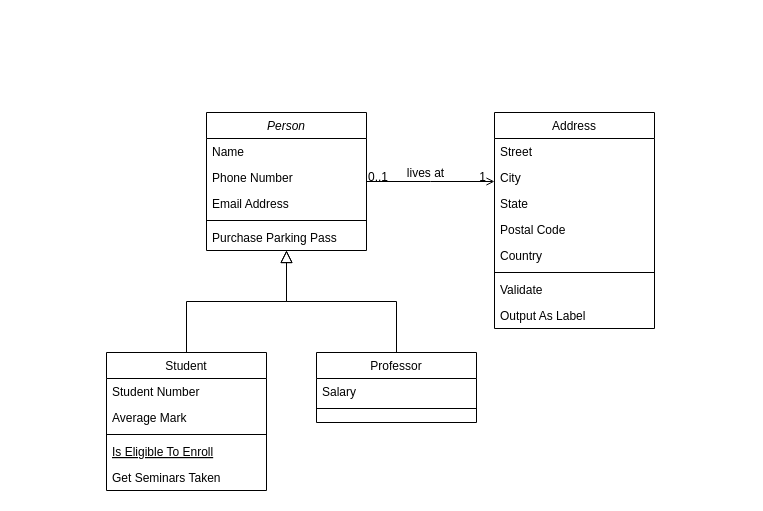
SamuelAnto22/SIMULACION keeps this draw.io diagram as Diagrama sin título.drawio. Above is the earlier version. Source tidied: cells renumbered, new cells numbered last; positions are measured from the earlier drawing's top-left corner, leaving out a move shared by most shapes. Both pictures are drawn from the tidied source at 100%, with x=0, y=0 at pixel (106, 112).
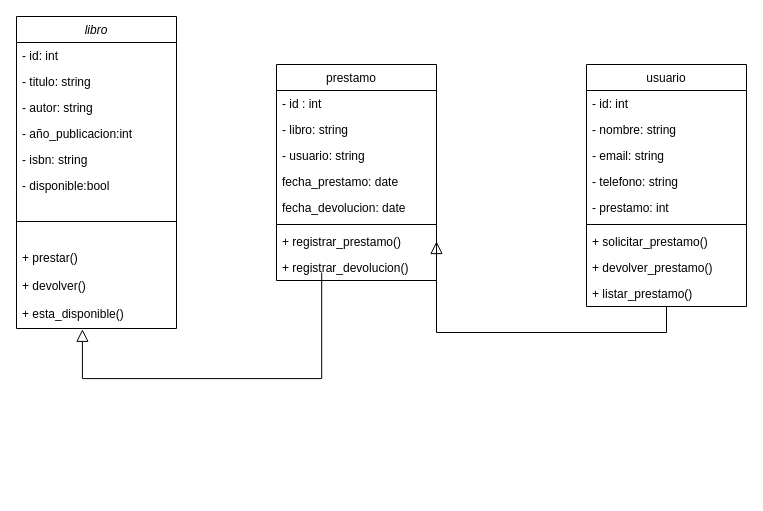
After the change.

Diff of the diagram source:
```diff
@@
-    <mxCell id="2" value="Person" style="swimlane;fontStyle=2;align=center;verticalAlign=top;horizontal=1;startSize=26;rounded=0;shadow=0;strokeWidth=1;" parent="1" vertex="1">
-      <mxGeometry x="100" width="160" height="138" as="geometry" />
+    <mxCell id="2" value="libro" style="swimlane;fontStyle=2;align=center;verticalAlign=top;horizontal=1;startSize=26;rounded=0;shadow=0;strokeWidth=1;" parent="1" vertex="1">
+      <mxGeometry x="-90" y="-96" width="160" height="312" as="geometry" />
     </mxCell>
-    <mxCell id="3" value="Name" style="text;align=left;verticalAlign=top;spacingLeft=4;spacingRight=4;overflow=hidden;" parent="2" vertex="1">
+    <mxCell id="3" value="- id: int" style="text;align=left;verticalAlign=top;spacingLeft=4;spacingRight=4;overflow=hidden;" parent="2" vertex="1">
       <mxGeometry y="26" width="160" height="26" as="geometry" />
     </mxCell>
-    <mxCell id="4" value="Phone Number" style="text;align=left;verticalAlign=top;spacingLeft=4;spacingRight=4;overflow=hidden;rounded=0;shadow=0;html=0;" parent="2" vertex="1">
+    <mxCell id="4" value="- titulo: string" style="text;align=left;verticalAlign=top;spacingLeft=4;spacingRight=4;overflow=hidden;rounded=0;shadow=0;html=0;" parent="2" vertex="1">
       <mxGeometry y="52" width="160" height="26" as="geometry" />
     </mxCell>
-    <mxCell id="5" value="Email Address" style="text;align=left;verticalAlign=top;spacingLeft=4;spacingRight=4;overflow=hidden;rounded=0;shadow=0;html=0;" parent="2" vertex="1">
+    <mxCell id="5" value="- autor: string" style="text;align=left;verticalAlign=top;spacingLeft=4;spacingRight=4;overflow=hidden;rounded=0;shadow=0;html=0;" parent="2" vertex="1">
       <mxGeometry y="78" width="160" height="26" as="geometry" />
     </mxCell>
+    <mxCell id="32" value="- año_publicacion:int" style="text;align=left;verticalAlign=top;spacingLeft=4;spacingRight=4;overflow=hidden;rounded=0;shadow=0;html=0;" parent="2" vertex="1">
+      <mxGeometry y="104" width="160" height="26" as="geometry" />
+    </mxCell>
+    <mxCell id="33" value="- isbn: string" style="text;align=left;verticalAlign=top;spacingLeft=4;spacingRight=4;overflow=hidden;rounded=0;shadow=0;html=0;" parent="2" vertex="1">
+      <mxGeometry y="130" width="160" height="26" as="geometry" />
+    </mxCell>
+    <mxCell id="34" value="- disponible:bool" style="text;align=left;verticalAlign=top;spacingLeft=4;spacingRight=4;overflow=hidden;rounded=0;shadow=0;html=0;" parent="2" vertex="1">
+      <mxGeometry y="156" width="160" height="26" as="geometry" />
+    </mxCell>
     <mxCell id="6" style="line;html=1;strokeWidth=1;align=left;verticalAlign=middle;spacingTop=-1;spacingLeft=3;spacingRight=3;labelPosition=right;" parent="2" vertex="1">
-      <mxGeometry y="104" width="160" height="8" as="geometry" />
+      <mxGeometry y="182" width="160" height="46" as="geometry" />
     </mxCell>
-    <mxCell id="7" value="Purchase Parking Pass" style="text;align=left;verticalAlign=top;spacingLeft=4;spacingRight=4;overflow=hidden;" parent="2" vertex="1">
-      <mxGeometry y="112" width="160" height="26" as="geometry" />
+    <mxCell id="7" value="+ prestar()" style="text;align=left;verticalAlign=top;spacingLeft=4;spacingRight=4;overflow=hidden;" parent="2" vertex="1">
+      <mxGeometry y="228" width="160" height="28" as="geometry" />
     </mxCell>
+    <mxCell id="35" value="+ devolver()" style="text;align=left;verticalAlign=top;spacingLeft=4;spacingRight=4;overflow=hidden;" parent="2" vertex="1">
+      <mxGeometry y="256" width="160" height="28" as="geometry" />
+    </mxCell>
+    <mxCell id="36" style="endArrow=block;endSize=10;endFill=0;shadow=0;strokeWidth=1;rounded=0;curved=0;edgeStyle=elbowEdgeStyle;elbow=vertical;exitX=0.495;exitY=0.113;exitDx=0;exitDy=0;exitPerimeter=0;entryX=0.412;entryY=1.028;entryDx=0;entryDy=0;entryPerimeter=0;" parent="2" edge="1" target="37">
+      <mxGeometry relative="1" as="geometry">
+        <mxPoint x="305.2" y="256" as="sourcePoint" />
+        <Array as="points">
+          <mxPoint x="260" y="362.1" />
+        </Array>
+      </mxGeometry>
+    </mxCell>
+    <mxCell id="37" value="+ esta_disponible()" style="text;align=left;verticalAlign=top;spacingLeft=4;spacingRight=4;overflow=hidden;points=[[0,0.5],[1,0.5]];portConstraint=eastwest;" parent="2" vertex="1">
+      <mxGeometry y="284" width="160" height="28" as="geometry" />
+    </mxCell>
-    <mxCell id="8" value="Student" style="swimlane;fontStyle=0;align=center;verticalAlign=top;horizontal=1;startSize=26;rounded=0;shadow=0;strokeWidth=1;" parent="1" vertex="1">
-      <mxGeometry y="240" width="160" height="138" as="geometry" />
+    <mxCell id="8" value="usuario" style="swimlane;fontStyle=0;align=center;verticalAlign=top;horizontal=1;startSize=26;rounded=0;shadow=0;strokeWidth=1;" parent="1" vertex="1">
+      <mxGeometry x="480" y="-48" width="160" height="242" as="geometry" />
     </mxCell>
-    <mxCell id="9" value="Student Number" style="text;align=left;verticalAlign=top;spacingLeft=4;spacingRight=4;overflow=hidden;" parent="8" vertex="1">
+    <mxCell id="9" value="- id: int" style="text;align=left;verticalAlign=top;spacingLeft=4;spacingRight=4;overflow=hidden;" parent="8" vertex="1">
       <mxGeometry y="26" width="160" height="26" as="geometry" />
     </mxCell>
-    <mxCell id="10" value="Average Mark" style="text;align=left;verticalAlign=top;spacingLeft=4;spacingRight=4;overflow=hidden;rounded=0;shadow=0;html=0;" parent="8" vertex="1">
+    <mxCell id="10" value="- nombre: string" style="text;align=left;verticalAlign=top;spacingLeft=4;spacingRight=4;overflow=hidden;rounded=0;shadow=0;html=0;" parent="8" vertex="1">
       <mxGeometry y="52" width="160" height="26" as="geometry" />
     </mxCell>
+    <mxCell id="38" value="- email: string" style="text;align=left;verticalAlign=top;spacingLeft=4;spacingRight=4;overflow=hidden;rounded=0;shadow=0;html=0;" parent="8" vertex="1">
+      <mxGeometry y="78" width="160" height="26" as="geometry" />
+    </mxCell>
+    <mxCell id="39" value="- telefono: string" style="text;align=left;verticalAlign=top;spacingLeft=4;spacingRight=4;overflow=hidden;rounded=0;shadow=0;html=0;" parent="8" vertex="1">
+      <mxGeometry y="104" width="160" height="26" as="geometry" />
+    </mxCell>
+    <mxCell id="40" value="- prestamo: int " style="text;align=left;verticalAlign=top;spacingLeft=4;spacingRight=4;overflow=hidden;rounded=0;shadow=0;html=0;" parent="8" vertex="1">
+      <mxGeometry y="130" width="160" height="26" as="geometry" />
+    </mxCell>
     <mxCell id="11" style="line;html=1;strokeWidth=1;align=left;verticalAlign=middle;spacingTop=-1;spacingLeft=3;spacingRight=3;labelPosition=right;" parent="8" vertex="1">
-      <mxGeometry y="78" width="160" height="8" as="geometry" />
+      <mxGeometry y="156" width="160" height="8" as="geometry" />
     </mxCell>
-    <mxCell id="12" value="Is Eligible To Enroll" style="text;align=left;verticalAlign=top;spacingLeft=4;spacingRight=4;overflow=hidden;fontStyle=4;" parent="8" vertex="1">
-      <mxGeometry y="86" width="160" height="26" as="geometry" />
+    <mxCell id="12" value="+ solicitar_prestamo()" style="text;align=left;verticalAlign=top;spacingLeft=4;spacingRight=4;overflow=hidden;fontStyle=0;" parent="8" vertex="1">
+      <mxGeometry y="164" width="160" height="26" as="geometry" />
     </mxCell>
-    <mxCell id="13" value="Get Seminars Taken" style="text;align=left;verticalAlign=top;spacingLeft=4;spacingRight=4;overflow=hidden;" parent="8" vertex="1">
-      <mxGeometry y="112" width="160" height="26" as="geometry" />
+    <mxCell id="13" value="+ devolver_prestamo()" style="text;align=left;verticalAlign=top;spacingLeft=4;spacingRight=4;overflow=hidden;" parent="8" vertex="1">
+      <mxGeometry y="190" width="160" height="26" as="geometry" />
     </mxCell>
+    <mxCell id="41" value="+ listar_prestamo()" style="text;align=left;verticalAlign=top;spacingLeft=4;spacingRight=4;overflow=hidden;" parent="8" vertex="1">
+      <mxGeometry y="216" width="160" height="26" as="geometry" />
+    </mxCell>
-    <mxCell id="14" style="endArrow=block;endSize=10;endFill=0;shadow=0;strokeWidth=1;rounded=0;curved=0;edgeStyle=elbowEdgeStyle;elbow=vertical;" parent="1" edge="1" source="8" target="2">
-      <mxGeometry relative="1" as="geometry" />
+    <mxCell id="14" style="endArrow=block;endSize=10;endFill=0;shadow=0;strokeWidth=1;rounded=0;curved=0;edgeStyle=elbowEdgeStyle;elbow=vertical;entryX=1;entryY=0.5;entryDx=0;entryDy=0;" parent="1" edge="1" source="8" target="26">
+      <mxGeometry relative="1" as="geometry">
+        <Array as="points">
+          <mxPoint x="470" y="220" />
+        </Array>
+      </mxGeometry>
     </mxCell>
-    <mxCell id="15" value="Professor" style="swimlane;fontStyle=0;align=center;verticalAlign=top;horizontal=1;startSize=26;rounded=0;shadow=0;strokeWidth=1;" parent="1" vertex="1">
-      <mxGeometry x="210" y="240" width="160" height="70" as="geometry" />
-    </mxCell>
-    <mxCell id="16" value="Salary" style="text;align=left;verticalAlign=top;spacingLeft=4;spacingRight=4;overflow=hidden;" parent="15" vertex="1">
-      <mxGeometry y="26" width="160" height="26" as="geometry" />
-    </mxCell>
-    <mxCell id="17" style="line;html=1;strokeWidth=1;align=left;verticalAlign=middle;spacingTop=-1;spacingLeft=3;spacingRight=3;labelPosition=right;" parent="15" vertex="1">
-      <mxGeometry y="52" width="160" height="8" as="geometry" />
-    </mxCell>
-    <mxCell id="18" style="endArrow=block;endSize=10;endFill=0;shadow=0;strokeWidth=1;rounded=0;curved=0;edgeStyle=elbowEdgeStyle;elbow=vertical;" parent="1" edge="1" source="15" target="2">
-      <mxGeometry relative="1" as="geometry" />
-    </mxCell>
-    <mxCell id="19" value="Address" style="swimlane;fontStyle=0;align=center;verticalAlign=top;horizontal=1;startSize=26;rounded=0;shadow=0;strokeWidth=1;" parent="1" vertex="1">
-      <mxGeometry x="388" width="160" height="216" as="geometry" />
+    <mxCell id="19" value=" prestamo    " style="swimlane;fontStyle=0;align=center;verticalAlign=top;horizontal=1;startSize=26;rounded=0;shadow=0;strokeWidth=1;" parent="1" vertex="1">
+      <mxGeometry x="170" y="-48" width="160" height="216" as="geometry" />
     </mxCell>
-    <mxCell id="20" value="Street" style="text;align=left;verticalAlign=top;spacingLeft=4;spacingRight=4;overflow=hidden;" parent="19" vertex="1">
+    <mxCell id="20" value="- id : int" style="text;align=left;verticalAlign=top;spacingLeft=4;spacingRight=4;overflow=hidden;" parent="19" vertex="1">
       <mxGeometry y="26" width="160" height="26" as="geometry" />
     </mxCell>
-    <mxCell id="21" value="City" style="text;align=left;verticalAlign=top;spacingLeft=4;spacingRight=4;overflow=hidden;rounded=0;shadow=0;html=0;" parent="19" vertex="1">
+    <mxCell id="21" value="- libro: string" style="text;align=left;verticalAlign=top;spacingLeft=4;spacingRight=4;overflow=hidden;rounded=0;shadow=0;html=0;" parent="19" vertex="1">
       <mxGeometry y="52" width="160" height="26" as="geometry" />
     </mxCell>
-    <mxCell id="22" value="State" style="text;align=left;verticalAlign=top;spacingLeft=4;spacingRight=4;overflow=hidden;rounded=0;shadow=0;html=0;" parent="19" vertex="1">
+    <mxCell id="22" value="- usuario: string" style="text;align=left;verticalAlign=top;spacingLeft=4;spacingRight=4;overflow=hidden;rounded=0;shadow=0;html=0;" parent="19" vertex="1">
       <mxGeometry y="78" width="160" height="26" as="geometry" />
     </mxCell>
-    <mxCell id="23" value="Postal Code" style="text;align=left;verticalAlign=top;spacingLeft=4;spacingRight=4;overflow=hidden;rounded=0;shadow=0;html=0;" parent="19" vertex="1">
+    <mxCell id="23" value="fecha_prestamo: date" style="text;align=left;verticalAlign=top;spacingLeft=4;spacingRight=4;overflow=hidden;rounded=0;shadow=0;html=0;" parent="19" vertex="1">
       <mxGeometry y="104" width="160" height="26" as="geometry" />
     </mxCell>
-    <mxCell id="24" value="Country" style="text;align=left;verticalAlign=top;spacingLeft=4;spacingRight=4;overflow=hidden;rounded=0;shadow=0;html=0;" parent="19" vertex="1">
+    <mxCell id="24" value="fecha_devolucion: date" style="text;align=left;verticalAlign=top;spacingLeft=4;spacingRight=4;overflow=hidden;rounded=0;shadow=0;html=0;" parent="19" vertex="1">
       <mxGeometry y="130" width="160" height="26" as="geometry" />
     </mxCell>
@@
-    <mxCell id="26" value="Validate" style="text;align=left;verticalAlign=top;spacingLeft=4;spacingRight=4;overflow=hidden;points=[[0,0.5],[1,0.5]];portConstraint=eastwest;" parent="19" vertex="1">
+    <mxCell id="26" value="+ registrar_prestamo()" style="text;align=left;verticalAlign=top;spacingLeft=4;spacingRight=4;overflow=hidden;points=[[0,0.5],[1,0.5]];portConstraint=eastwest;" parent="19" vertex="1">
       <mxGeometry y="164" width="160" height="26" as="geometry" />
     </mxCell>
-    <mxCell id="27" value="Output As Label" style="text;align=left;verticalAlign=top;spacingLeft=4;spacingRight=4;overflow=hidden;" parent="19" vertex="1">
+    <mxCell id="27" value="+ registrar_devolucion()" style="text;align=left;verticalAlign=top;spacingLeft=4;spacingRight=4;overflow=hidden;" parent="19" vertex="1">
       <mxGeometry y="190" width="160" height="26" as="geometry" />
     </mxCell>
-    <mxCell id="28" style="endArrow=open;shadow=0;strokeWidth=1;rounded=0;curved=0;endFill=1;edgeStyle=elbowEdgeStyle;elbow=vertical;" parent="1" edge="1" source="2" target="19">
-      <mxGeometry x="0.5" y="41" relative="1" as="geometry">
-        <mxPoint x="-40" y="32" as="offset" />
-      </mxGeometry>
-    </mxCell>
-    <mxCell id="29" value="0..1" style="align=left;verticalAlign=bottom;labelBackgroundColor=none;fontSize=12;" parent="28" vertex="1">
-      <mxGeometry x="-1" relative="1" as="geometry">
-        <mxPoint y="4" as="offset" />
-      </mxGeometry>
-    </mxCell>
-    <mxCell id="30" value="1" style="align=right;verticalAlign=bottom;labelBackgroundColor=none;fontSize=12;" parent="28" vertex="1">
-      <mxGeometry x="1" relative="1" as="geometry">
-        <mxPoint x="-7" y="4" as="offset" />
-      </mxGeometry>
-    </mxCell>
-    <mxCell id="31" value="lives at" style="text;html=1;align=center;verticalAlign=middle;labelBackgroundColor=none;rounded=0;shadow=0;strokeWidth=1;fontSize=12;" parent="28" vertex="1">
-      <mxGeometry x="0.5" y="49" relative="1" as="geometry">
-        <mxPoint x="-38" y="40" as="offset" />
-      </mxGeometry>
-    </mxCell>
```
